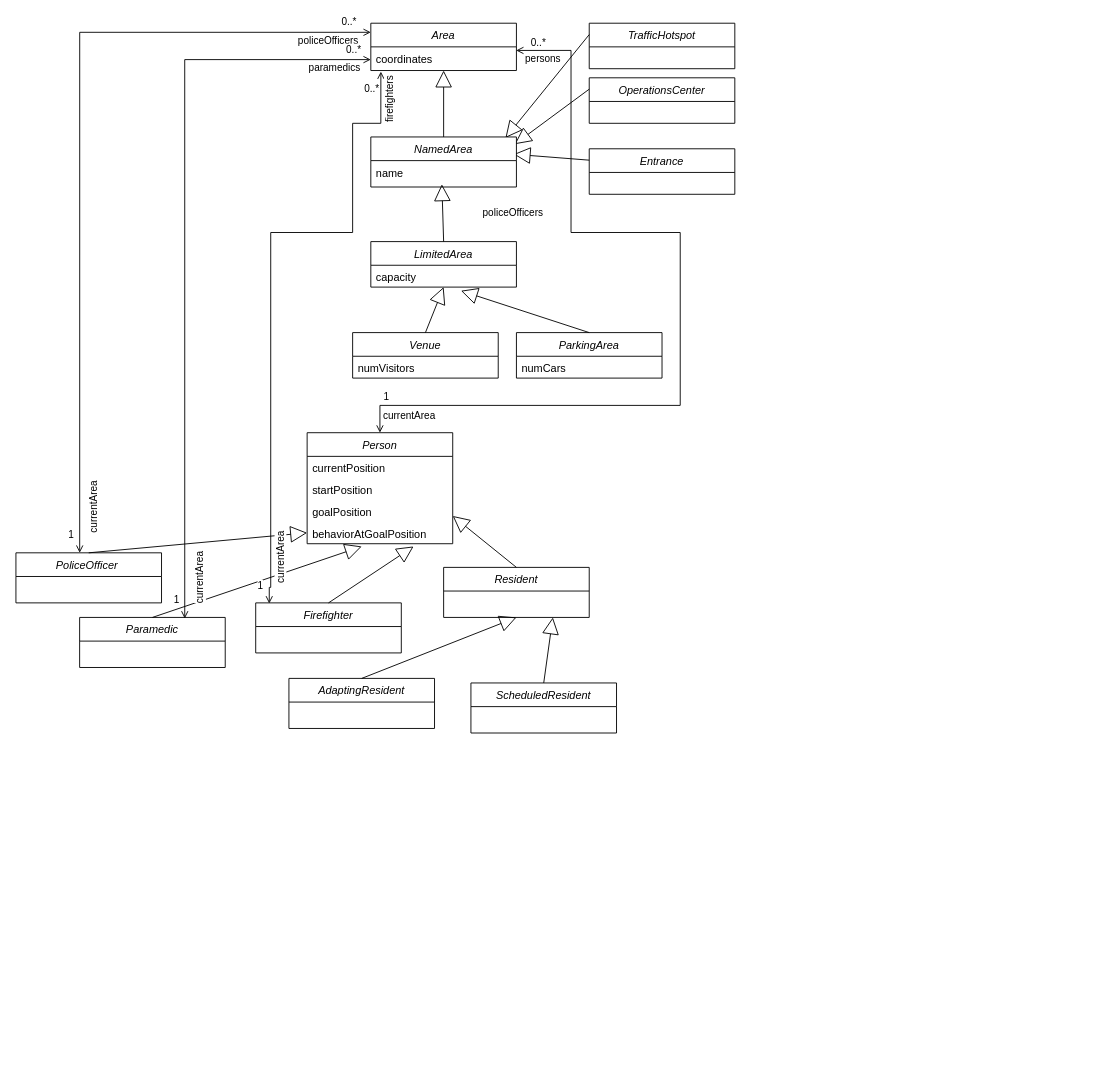
This is SOHBigEventBox/docs/conceptual_diagram.drawio from MARS-Group-HAW/model-soh, a draw.io file, before an edit. Source tidied: cells renumbered, new cells numbered last; positions are measured from the earlier drawing's top-left corner, leaving out a move shared by most shapes. Both pictures are drawn from the tidied source at 91%, with x=0, y=0 at pixel (15, 23).
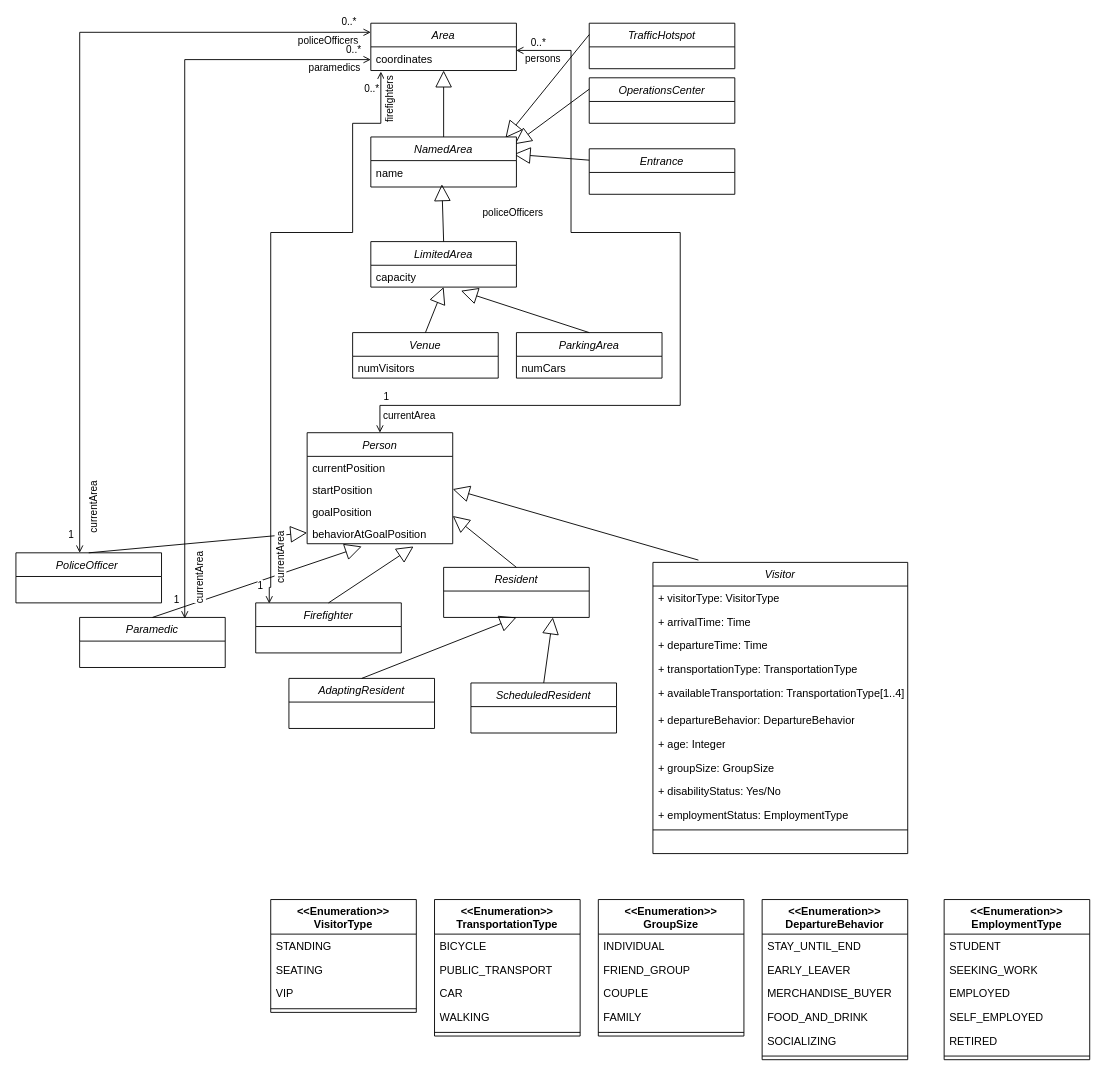
The same page after the edit.

The change refers to these unchanged cells:
```xml
<mxCell id="24" value="startPosition" style="text;align=left;verticalAlign=top;spacingLeft=4;spacingRight=4;overflow=hidden;points=[[0,0.5],[1,0.5]];portConstraint=eastwest;" parent="22" vertex="1">
  <mxGeometry y="50" width="160" height="24" as="geometry" />
</mxCell>
```

Change to the diagram source:
```diff
@@
+    <mxCell id="60" value="Visitor" style="swimlane;fontStyle=2;align=center;verticalAlign=top;horizontal=1;startSize=26;rounded=0;shadow=0;strokeWidth=1;" parent="1" vertex="1">
+      <mxGeometry x="700" y="592.5" width="280" height="320" as="geometry" />
+    </mxCell>
+    <mxCell id="61" value="+ visitorType: VisitorType" style="text;align=left;verticalAlign=top;spacingLeft=4;spacingRight=4;overflow=hidden;" parent="60" vertex="1">
+      <mxGeometry y="26" width="280" height="26" as="geometry" />
+    </mxCell>
+    <mxCell id="62" value="+ arrivalTime: Time" style="text;align=left;verticalAlign=top;spacingLeft=4;spacingRight=4;overflow=hidden;rounded=0;shadow=0;html=0;" parent="60" vertex="1">
+      <mxGeometry y="52" width="280" height="26" as="geometry" />
+    </mxCell>
+    <mxCell id="63" value="+ departureTime: Time" style="text;align=left;verticalAlign=top;spacingLeft=4;spacingRight=4;overflow=hidden;rounded=0;shadow=0;html=0;" parent="60" vertex="1">
+      <mxGeometry y="78" width="280" height="26" as="geometry" />
+    </mxCell>
+    <mxCell id="64" value="+ transportationType: TransportationType" style="text;align=left;verticalAlign=top;spacingLeft=4;spacingRight=4;overflow=hidden;rounded=0;shadow=0;html=0;" parent="60" vertex="1">
+      <mxGeometry y="104" width="280" height="26" as="geometry" />
+    </mxCell>
+    <mxCell id="65" value="+ availableTransportation: TransportationType[1..4]" style="text;align=left;verticalAlign=top;spacingLeft=4;spacingRight=4;overflow=hidden;rounded=0;shadow=0;html=0;" parent="60" vertex="1">
+      <mxGeometry y="130" width="280" height="30" as="geometry" />
+    </mxCell>
+    <mxCell id="66" value="+ departureBehavior: DepartureBehavior" style="text;strokeColor=none;fillColor=none;align=left;verticalAlign=top;spacingLeft=4;spacingRight=4;overflow=hidden;whiteSpace=wrap;html=1;" parent="60" vertex="1">
+      <mxGeometry y="160" width="280" height="26" as="geometry" />
+    </mxCell>
+    <mxCell id="67" value="+ age: Integer" style="text;strokeColor=none;fillColor=none;align=left;verticalAlign=top;spacingLeft=4;spacingRight=4;overflow=hidden;whiteSpace=wrap;html=1;" parent="60" vertex="1">
+      <mxGeometry y="186" width="280" height="26" as="geometry" />
+    </mxCell>
+    <mxCell id="68" value="+ groupSize: GroupSize" style="text;strokeColor=none;fillColor=none;align=left;verticalAlign=top;spacingLeft=4;spacingRight=4;overflow=hidden;whiteSpace=wrap;html=1;" parent="60" vertex="1">
+      <mxGeometry y="212" width="280" height="26" as="geometry" />
+    </mxCell>
+    <mxCell id="69" value="+ disabilityStatus: Yes/No" style="text;strokeColor=none;fillColor=none;align=left;verticalAlign=top;spacingLeft=4;spacingRight=4;overflow=hidden;whiteSpace=wrap;html=1;" parent="60" vertex="1">
+      <mxGeometry y="238" width="280" height="26" as="geometry" />
+    </mxCell>
+    <mxCell id="70" value="+ employmentStatus: EmploymentType" style="text;strokeColor=none;fillColor=none;align=left;verticalAlign=top;spacingLeft=4;spacingRight=4;overflow=hidden;whiteSpace=wrap;html=1;" parent="60" vertex="1">
+      <mxGeometry y="264" width="280" height="26" as="geometry" />
+    </mxCell>
+    <mxCell id="71" style="line;html=1;strokeWidth=1;align=left;verticalAlign=middle;spacingTop=-1;spacingLeft=3;spacingRight=3;labelPosition=right;" parent="60" vertex="1">
+      <mxGeometry y="290" width="280" height="8" as="geometry" />
+    </mxCell>
+    <mxCell id="72" style="endArrow=block;endSize=16;endFill=0;html=1;rounded=0;entryX=1;entryY=0.5;entryDx=0;entryDy=0;" parent="1" edge="1" target="24">
+      <mxGeometry relative="1" as="geometry">
+        <mxPoint x="750" y="590" as="sourcePoint" />
+      </mxGeometry>
+    </mxCell>
+    <mxCell id="73" value="&amp;lt;&amp;lt;Enumeration&amp;gt;&amp;gt;&lt;br&gt;VisitorType" style="swimlane;fontStyle=1;align=center;verticalAlign=top;horizontal=1;startSize=38;whiteSpace=wrap;html=1;" parent="1" vertex="1">
+      <mxGeometry x="280" y="963" width="160" height="124" as="geometry" />
+    </mxCell>
+    <mxCell id="74" value="STANDING" style="text;strokeColor=none;fillColor=none;align=left;verticalAlign=top;spacingLeft=4;spacingRight=4;overflow=hidden;whiteSpace=wrap;html=1;" parent="73" vertex="1">
+      <mxGeometry y="38" width="160" height="26" as="geometry" />
+    </mxCell>
+    <mxCell id="75" value="SEATING" style="text;strokeColor=none;fillColor=none;align=left;verticalAlign=top;spacingLeft=4;spacingRight=4;overflow=hidden;whiteSpace=wrap;html=1;" parent="73" vertex="1">
+      <mxGeometry y="64" width="160" height="26" as="geometry" />
+    </mxCell>
+    <mxCell id="76" value="VIP" style="text;strokeColor=none;fillColor=none;align=left;verticalAlign=top;spacingLeft=4;spacingRight=4;overflow=hidden;whiteSpace=wrap;html=1;" parent="73" vertex="1">
+      <mxGeometry y="90" width="160" height="26" as="geometry" />
+    </mxCell>
+    <mxCell id="77" style="line;strokeWidth=1;fillColor=none;align=left;verticalAlign=middle;spacingTop=-1;spacingLeft=3;spacingRight=3;labelPosition=right;strokeColor=inherit;" parent="73" vertex="1">
+      <mxGeometry y="116" width="160" height="8" as="geometry" />
+    </mxCell>
+    <mxCell id="78" value="&amp;lt;&amp;lt;Enumeration&amp;gt;&amp;gt;&lt;br&gt;TransportationType" style="swimlane;fontStyle=1;align=center;verticalAlign=top;horizontal=1;startSize=38;whiteSpace=wrap;html=1;" parent="1" vertex="1">
+      <mxGeometry x="460" y="963" width="160" height="150" as="geometry" />
+    </mxCell>
+    <mxCell id="79" value="BICYCLE" style="text;strokeColor=none;fillColor=none;align=left;verticalAlign=top;spacingLeft=4;spacingRight=4;overflow=hidden;whiteSpace=wrap;html=1;" parent="78" vertex="1">
+      <mxGeometry y="38" width="160" height="26" as="geometry" />
+    </mxCell>
+    <mxCell id="80" value="PUBLIC_TRANSPORT" style="text;strokeColor=none;fillColor=none;align=left;verticalAlign=top;spacingLeft=4;spacingRight=4;overflow=hidden;whiteSpace=wrap;html=1;" parent="78" vertex="1">
+      <mxGeometry y="64" width="160" height="26" as="geometry" />
+    </mxCell>
+    <mxCell id="81" value="CAR" style="text;strokeColor=none;fillColor=none;align=left;verticalAlign=top;spacingLeft=4;spacingRight=4;overflow=hidden;whiteSpace=wrap;html=1;" parent="78" vertex="1">
+      <mxGeometry y="90" width="160" height="26" as="geometry" />
+    </mxCell>
+    <mxCell id="82" value="WALKING" style="text;strokeColor=none;fillColor=none;align=left;verticalAlign=top;spacingLeft=4;spacingRight=4;overflow=hidden;whiteSpace=wrap;html=1;" parent="78" vertex="1">
+      <mxGeometry y="116" width="160" height="26" as="geometry" />
+    </mxCell>
+    <mxCell id="83" style="line;strokeWidth=1;fillColor=none;align=left;verticalAlign=middle;spacingTop=-1;spacingLeft=3;spacingRight=3;labelPosition=right;strokeColor=inherit;" parent="78" vertex="1">
+      <mxGeometry y="142" width="160" height="8" as="geometry" />
+    </mxCell>
+    <mxCell id="84" value="&amp;lt;&amp;lt;Enumeration&amp;gt;&amp;gt;&lt;br&gt;GroupSize" style="swimlane;fontStyle=1;align=center;verticalAlign=top;horizontal=1;startSize=38;whiteSpace=wrap;html=1;" parent="1" vertex="1">
+      <mxGeometry x="640" y="963" width="160" height="150" as="geometry" />
+    </mxCell>
+    <mxCell id="85" value="INDIVIDUAL" style="text;strokeColor=none;fillColor=none;align=left;verticalAlign=top;spacingLeft=4;spacingRight=4;overflow=hidden;whiteSpace=wrap;html=1;" parent="84" vertex="1">
+      <mxGeometry y="38" width="160" height="26" as="geometry" />
+    </mxCell>
+    <mxCell id="86" value="FRIEND_GROUP" style="text;strokeColor=none;fillColor=none;align=left;verticalAlign=top;spacingLeft=4;spacingRight=4;overflow=hidden;whiteSpace=wrap;html=1;" parent="84" vertex="1">
+      <mxGeometry y="64" width="160" height="26" as="geometry" />
+    </mxCell>
+    <mxCell id="87" value="COUPLE" style="text;strokeColor=none;fillColor=none;align=left;verticalAlign=top;spacingLeft=4;spacingRight=4;overflow=hidden;whiteSpace=wrap;html=1;" parent="84" vertex="1">
+      <mxGeometry y="90" width="160" height="26" as="geometry" />
+    </mxCell>
+    <mxCell id="88" value="FAMILY" style="text;strokeColor=none;fillColor=none;align=left;verticalAlign=top;spacingLeft=4;spacingRight=4;overflow=hidden;whiteSpace=wrap;html=1;" parent="84" vertex="1">
+      <mxGeometry y="116" width="160" height="26" as="geometry" />
+    </mxCell>
+    <mxCell id="89" style="line;strokeWidth=1;fillColor=none;align=left;verticalAlign=middle;spacingTop=-1;spacingLeft=3;spacingRight=3;labelPosition=right;strokeColor=inherit;" parent="84" vertex="1">
+      <mxGeometry y="142" width="160" height="8" as="geometry" />
+    </mxCell>
+    <mxCell id="90" value="&amp;lt;&amp;lt;Enumeration&amp;gt;&amp;gt;&lt;br&gt;DepartureBehavior" style="swimlane;fontStyle=1;align=center;verticalAlign=top;horizontal=1;startSize=38;whiteSpace=wrap;html=1;" parent="1" vertex="1">
+      <mxGeometry x="820" y="963" width="160" height="176" as="geometry" />
+    </mxCell>
+    <mxCell id="91" value="STAY_UNTIL_END" style="text;strokeColor=none;fillColor=none;align=left;verticalAlign=top;spacingLeft=4;spacingRight=4;overflow=hidden;whiteSpace=wrap;html=1;" parent="90" vertex="1">
+      <mxGeometry y="38" width="160" height="26" as="geometry" />
+    </mxCell>
+    <mxCell id="92" value="EARLY_LEAVER" style="text;strokeColor=none;fillColor=none;align=left;verticalAlign=top;spacingLeft=4;spacingRight=4;overflow=hidden;whiteSpace=wrap;html=1;" parent="90" vertex="1">
+      <mxGeometry y="64" width="160" height="26" as="geometry" />
+    </mxCell>
+    <mxCell id="93" value="MERCHANDISE_BUYER" style="text;strokeColor=none;fillColor=none;align=left;verticalAlign=top;spacingLeft=4;spacingRight=4;overflow=hidden;whiteSpace=wrap;html=1;" parent="90" vertex="1">
+      <mxGeometry y="90" width="160" height="26" as="geometry" />
+    </mxCell>
+    <mxCell id="94" value="FOOD_AND_DRINK" style="text;strokeColor=none;fillColor=none;align=left;verticalAlign=top;spacingLeft=4;spacingRight=4;overflow=hidden;whiteSpace=wrap;html=1;" parent="90" vertex="1">
+      <mxGeometry y="116" width="160" height="26" as="geometry" />
+    </mxCell>
+    <mxCell id="95" value="SOCIALIZING" style="text;strokeColor=none;fillColor=none;align=left;verticalAlign=top;spacingLeft=4;spacingRight=4;overflow=hidden;whiteSpace=wrap;html=1;" parent="90" vertex="1">
+      <mxGeometry y="142" width="160" height="26" as="geometry" />
+    </mxCell>
+    <mxCell id="96" style="line;strokeWidth=1;fillColor=none;align=left;verticalAlign=middle;spacingTop=-1;spacingLeft=3;spacingRight=3;labelPosition=right;strokeColor=inherit;" parent="90" vertex="1">
+      <mxGeometry y="168" width="160" height="8" as="geometry" />
+    </mxCell>
+    <mxCell id="97" value="&amp;lt;&amp;lt;Enumeration&amp;gt;&amp;gt;&lt;br&gt;EmploymentType" style="swimlane;fontStyle=1;align=center;verticalAlign=top;horizontal=1;startSize=38;whiteSpace=wrap;html=1;" parent="1" vertex="1">
+      <mxGeometry x="1020" y="963" width="160" height="176" as="geometry" />
+    </mxCell>
+    <mxCell id="98" value="STUDENT" style="text;strokeColor=none;fillColor=none;align=left;verticalAlign=top;spacingLeft=4;spacingRight=4;overflow=hidden;whiteSpace=wrap;html=1;" parent="97" vertex="1">
+      <mxGeometry y="38" width="160" height="26" as="geometry" />
+    </mxCell>
+    <mxCell id="99" value="SEEKING_WORK" style="text;strokeColor=none;fillColor=none;align=left;verticalAlign=top;spacingLeft=4;spacingRight=4;overflow=hidden;whiteSpace=wrap;html=1;" parent="97" vertex="1">
+      <mxGeometry y="64" width="160" height="26" as="geometry" />
+    </mxCell>
+    <mxCell id="100" value="EMPLOYED" style="text;strokeColor=none;fillColor=none;align=left;verticalAlign=top;spacingLeft=4;spacingRight=4;overflow=hidden;whiteSpace=wrap;html=1;" parent="97" vertex="1">
+      <mxGeometry y="90" width="160" height="26" as="geometry" />
+    </mxCell>
+    <mxCell id="101" value="SELF_EMPLOYED" style="text;strokeColor=none;fillColor=none;align=left;verticalAlign=top;spacingLeft=4;spacingRight=4;overflow=hidden;whiteSpace=wrap;html=1;" parent="97" vertex="1">
+      <mxGeometry y="116" width="160" height="26" as="geometry" />
+    </mxCell>
+    <mxCell id="102" value="RETIRED" style="text;strokeColor=none;fillColor=none;align=left;verticalAlign=top;spacingLeft=4;spacingRight=4;overflow=hidden;whiteSpace=wrap;html=1;" parent="97" vertex="1">
+      <mxGeometry y="142" width="160" height="26" as="geometry" />
+    </mxCell>
+    <mxCell id="103" style="line;strokeWidth=1;fillColor=none;align=left;verticalAlign=middle;spacingTop=-1;spacingLeft=3;spacingRight=3;labelPosition=right;strokeColor=inherit;" parent="97" vertex="1">
+      <mxGeometry y="168" width="160" height="8" as="geometry" />
+    </mxCell>
```
